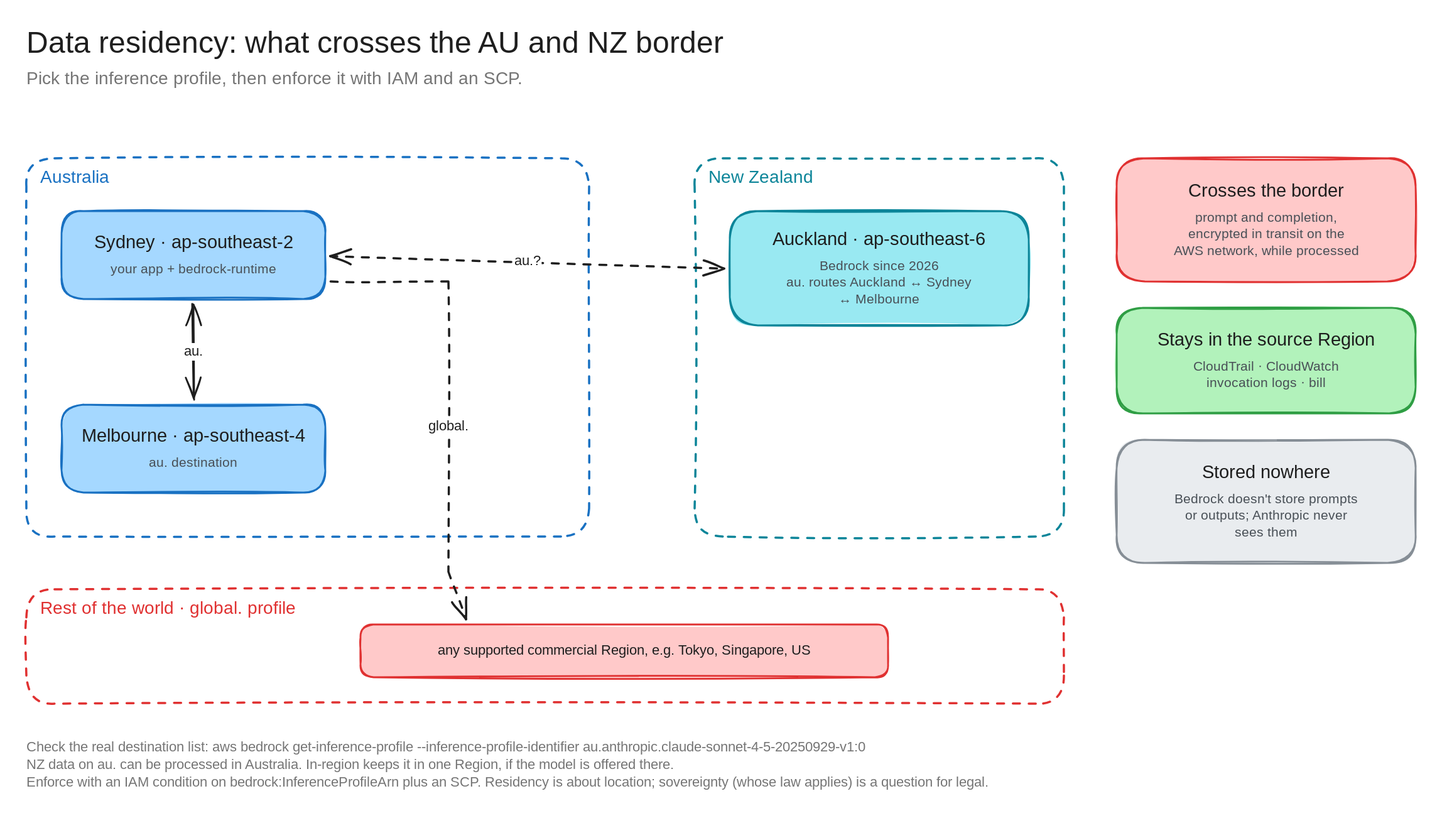
Before: architecture-diagrams/claude-anz-infra-excalidraw/diagrams/c7-residency.excalidraw.svg, a diagram exported from Excalidraw (bsnehanshu/slides). Source tidied: one line per element, renumbered; positions are measured from the earlier drawing's top-left corner, leaving out a move shared by most shapes. The source it was exported from:
```json
{"id": 0, "type": "text", "text": "Data residency: what crosses the AU and NZ border", "strokeColor": "#1e1e1e", "strokeWidth": 2, "roughness": 1, "fontSize": 34, "fontFamily": 5, "x": 0, "y": 0, "width": 879, "height": 42}
{"id": 1, "type": "text", "text": "Pick the inference profile, then enforce it with IAM and an SCP.", "strokeColor": "#757575", "strokeWidth": 2, "roughness": 1, "fontSize": 20, "fontFamily": 5, "x": 0, "y": 48, "width": 627, "height": 25}
{"id": 2, "type": "rectangle", "strokeColor": "#1971c2", "strokeWidth": 2, "strokeStyle": "dashed", "roughness": 1, "round": true, "x": 0, "y": 150, "width": 640, "height": 430}
{"id": 3, "type": "text", "text": "Australia", "strokeColor": "#1971c2", "strokeWidth": 2, "roughness": 1, "fontSize": 20, "fontFamily": 5, "x": 16, "y": 160, "width": 89, "height": 25}
{"id": 4, "type": "rectangle", "strokeColor": "#1971c2", "backgroundColor": "#a5d8ff", "fillStyle": "solid", "strokeWidth": 2, "roughness": 1, "round": true, "x": 40, "y": 210, "width": 300, "height": 100}
{"id": 5, "type": "text", "text": "Sydney · ap-southeast-2", "strokeColor": "#1e1e1e", "strokeWidth": 2, "roughness": 1, "fontSize": 21, "fontFamily": 5, "textAlign": "center", "x": 62, "y": 234, "width": 255, "height": 26}
{"id": 6, "type": "text", "text": "your app + bedrock-runtime", "strokeColor": "#495057", "strokeWidth": 2, "roughness": 1, "fontSize": 15, "fontFamily": 5, "textAlign": "center", "x": 90, "y": 268, "width": 199, "height": 19}
{"id": 7, "type": "rectangle", "strokeColor": "#1971c2", "backgroundColor": "#a5d8ff", "fillStyle": "solid", "strokeWidth": 2, "roughness": 1, "round": true, "x": 40, "y": 430, "width": 300, "height": 100}
{"id": 8, "type": "text", "text": "Melbourne · ap-southeast-4", "strokeColor": "#1e1e1e", "strokeWidth": 2, "roughness": 1, "fontSize": 21, "fontFamily": 5, "textAlign": "center", "x": 50, "y": 454, "width": 281, "height": 26}
{"id": 9, "type": "text", "text": "au. destination", "strokeColor": "#495057", "strokeWidth": 2, "roughness": 1, "fontSize": 15, "fontFamily": 5, "textAlign": "center", "x": 134, "y": 488, "width": 112, "height": 19}
{"id": 10, "type": "rectangle", "strokeColor": "#0c8599", "strokeWidth": 2, "strokeStyle": "dashed", "roughness": 1, "round": true, "x": 760, "y": 150, "width": 420, "height": 430}
{"id": 11, "type": "text", "text": "New Zealand", "strokeColor": "#0c8599", "strokeWidth": 2, "roughness": 1, "fontSize": 20, "fontFamily": 5, "x": 776, "y": 160, "width": 125, "height": 25}
{"id": 12, "type": "rectangle", "strokeColor": "#0c8599", "backgroundColor": "#99e9f2", "fillStyle": "solid", "strokeWidth": 2, "roughness": 1, "round": true, "x": 800, "y": 210, "width": 340, "height": 130}
{"id": 13, "type": "text", "text": "Auckland · ap-southeast-6", "strokeColor": "#1e1e1e", "strokeWidth": 2, "roughness": 1, "fontSize": 21, "fontFamily": 5, "textAlign": "center", "x": 834, "y": 230, "width": 271, "height": 26}
{"id": 14, "type": "text", "text": "Bedrock since 2026\nau. routes Auckland ↔ Sydney\n↔ Melbourne", "strokeColor": "#495057", "strokeWidth": 2, "roughness": 1, "fontSize": 15, "fontFamily": 5, "textAlign": "center", "x": 858, "y": 264, "width": 224, "height": 56}
{"id": 15, "type": "rectangle", "strokeColor": "#e03131", "strokeWidth": 2, "strokeStyle": "dashed", "roughness": 1, "round": true, "x": 0, "y": 640, "width": 1180, "height": 130}
{"id": 16, "type": "text", "text": "Rest of the world · global. profile", "strokeColor": "#e03131", "strokeWidth": 2, "roughness": 1, "fontSize": 20, "fontFamily": 5, "x": 16, "y": 650, "width": 329, "height": 25}
{"id": 17, "type": "rectangle", "strokeColor": "#e03131", "backgroundColor": "#ffc9c9", "fillStyle": "solid", "strokeWidth": 2, "roughness": 1, "round": true, "x": 380, "y": 680, "width": 600, "height": 60}
{"id": 18, "type": "text", "text": "any supported commercial Region, e.g. Tokyo, Singapore, US", "strokeColor": "#1e1e1e", "strokeWidth": 2, "roughness": 1, "fontSize": 16, "fontFamily": 5, "textAlign": "center", "verticalAlign": "middle", "inside": 17, "x": 448, "y": 700, "width": 464, "height": 20}
{"id": 19, "type": "arrow", "strokeColor": "#1e1e1e", "strokeWidth": 2, "roughness": 1, "startArrowhead": "arrow", "endArrowhead": "arrow", "round": true, "from": 4, "to": 7, "x": 190, "y": 316, "width": 0, "height": 108, "points": [[0, 0], [0, 108]]}
{"id": 20, "type": "text", "text": "au.", "strokeColor": "#1e1e1e", "strokeWidth": 2, "roughness": 1, "fontSize": 16, "fontFamily": 5, "textAlign": "center", "verticalAlign": "middle", "inside": 19, "x": 178, "y": 360, "width": 25, "height": 20}
{"id": 21, "type": "arrow", "strokeColor": "#1e1e1e", "strokeWidth": 2, "strokeStyle": "dashed", "roughness": 1, "startArrowhead": "arrow", "endArrowhead": "arrow", "round": true, "from": 4, "to": 12, "x": 346, "y": 260, "width": 448, "height": 15, "points": [[0, 0], [448, 15]]}
{"id": 22, "type": "text", "text": "au.?", "strokeColor": "#1e1e1e", "strokeWidth": 2, "roughness": 1, "fontSize": 16, "fontFamily": 5, "textAlign": "center", "verticalAlign": "middle", "inside": 21, "x": 554, "y": 258, "width": 32, "height": 20}
{"id": 23, "type": "arrow", "strokeColor": "#1e1e1e", "strokeWidth": 2, "strokeStyle": "dashed", "roughness": 1, "endArrowhead": "arrow", "from": 4, "to": 17, "x": 346, "y": 290, "width": 154, "height": 384, "points": [[0, 0], [134, 0], [134, 330], [154, 384]]}
{"id": 24, "type": "text", "text": "global.", "strokeColor": "#1e1e1e", "strokeWidth": 2, "roughness": 1, "fontSize": 16, "fontFamily": 5, "textAlign": "center", "verticalAlign": "middle", "inside": 23, "x": 454, "y": 381, "width": 51, "height": 20}
{"id": 25, "type": "rectangle", "strokeColor": "#e03131", "backgroundColor": "#ffc9c9", "fillStyle": "solid", "strokeWidth": 2, "roughness": 1, "round": true, "x": 1240, "y": 150, "width": 340, "height": 140}
{"id": 26, "type": "text", "text": "Crosses the border", "strokeColor": "#1e1e1e", "strokeWidth": 2, "roughness": 1, "fontSize": 21, "fontFamily": 5, "textAlign": "center", "x": 1310, "y": 175, "width": 200, "height": 26}
{"id": 27, "type": "text", "text": "prompt and completion,\nencrypted in transit on the\nAWS network, while processed", "strokeColor": "#495057", "strokeWidth": 2, "roughness": 1, "fontSize": 15, "fontFamily": 5, "textAlign": "center", "x": 1300, "y": 209, "width": 220, "height": 56}
{"id": 28, "type": "rectangle", "strokeColor": "#2f9e44", "backgroundColor": "#b2f2bb", "fillStyle": "solid", "strokeWidth": 2, "roughness": 1, "round": true, "x": 1240, "y": 320, "width": 340, "height": 120}
{"id": 29, "type": "text", "text": "Stays in the source Region", "strokeColor": "#1e1e1e", "strokeWidth": 2, "roughness": 1, "fontSize": 21, "fontFamily": 5, "textAlign": "center", "x": 1270, "y": 344, "width": 280, "height": 26}
{"id": 30, "type": "text", "text": "CloudTrail · CloudWatch\ninvocation logs · bill", "strokeColor": "#495057", "strokeWidth": 2, "roughness": 1, "fontSize": 15, "fontFamily": 5, "textAlign": "center", "x": 1324, "y": 378, "width": 173, "height": 38}
{"id": 31, "type": "rectangle", "strokeColor": "#868e96", "backgroundColor": "#e9ecef", "fillStyle": "solid", "strokeWidth": 2, "roughness": 1, "round": true, "x": 1240, "y": 470, "width": 340, "height": 140}
{"id": 32, "type": "text", "text": "Stored nowhere", "strokeColor": "#1e1e1e", "strokeWidth": 2, "roughness": 1, "fontSize": 21, "fontFamily": 5, "textAlign": "center", "x": 1330, "y": 495, "width": 161, "height": 26}
{"id": 33, "type": "text", "text": "Bedrock doesn't store prompts\nor outputs; Anthropic never\nsees them", "strokeColor": "#495057", "strokeWidth": 2, "roughness": 1, "fontSize": 15, "fontFamily": 5, "textAlign": "center", "x": 1294, "y": 529, "width": 231, "height": 56}
{"id": 34, "type": "text", "text": "Check the real destination list: aws bedrock get-inference-profile --inference-profile-identifier au.anthropic.claude-sonnet-4-5-20250929-v1:0\nNZ data on au. can be processed in Australia. In-region keeps it in one Region, if the model is offered there.\nEnforce with an IAM condition on bedrock:InferenceProfileArn plus an SCP. Residency is about location; sovereignty (whose law applies) is a question for legal.", "strokeColor": "#757575", "strokeWidth": 2, "roughness": 1, "fontSize": 16, "fontFamily": 5, "x": 0, "y": 810, "width": 1245, "height": 60}
```
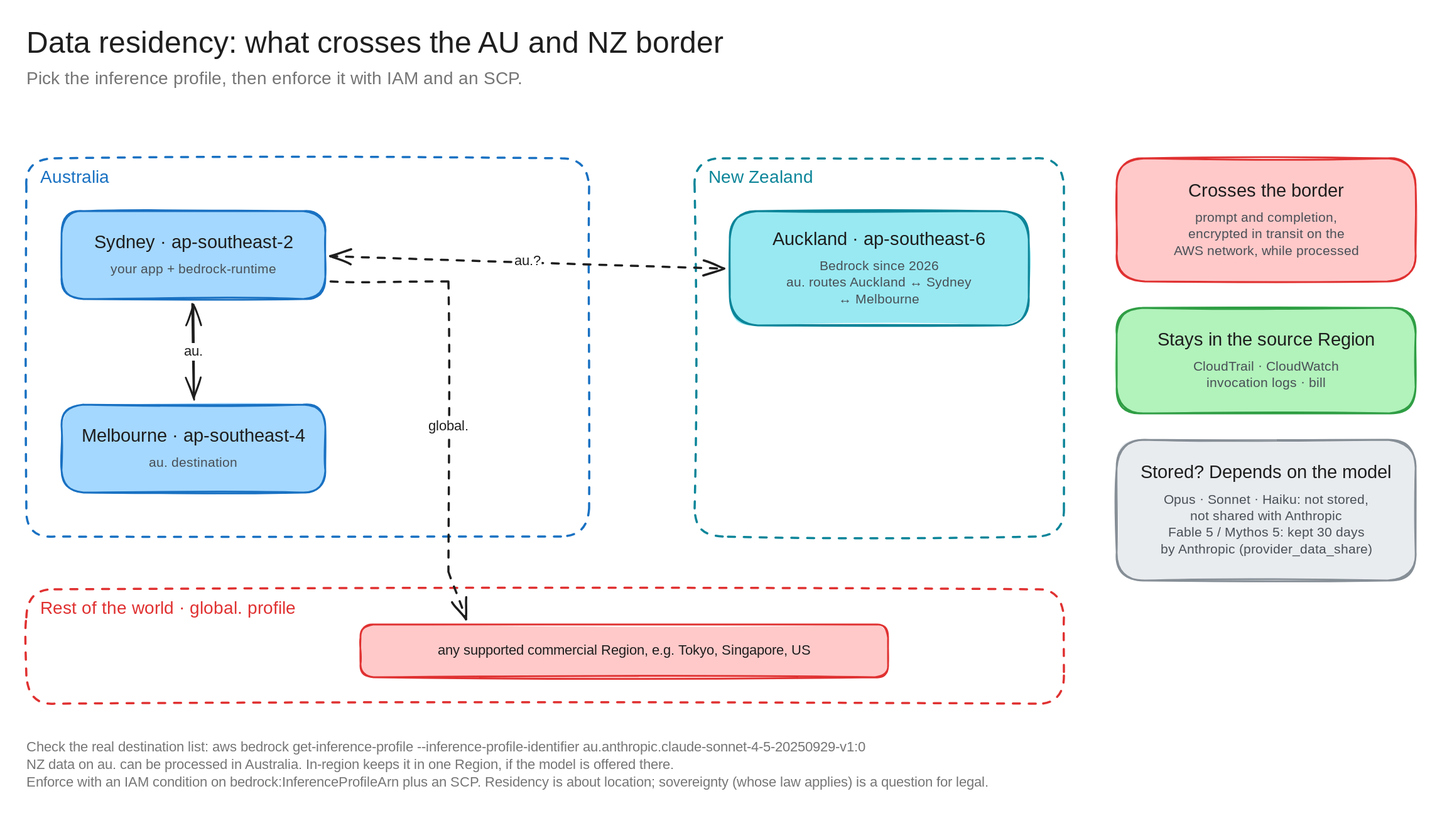
The same diagram one commit later.

Diff of the diagram source:
```diff
@@ -29,7 +29,7 @@
 {"id": 28, "type": "rectangle", "strokeColor": "#2f9e44", "backgroundColor": "#b2f2bb", "fillStyle": "solid", "strokeWidth": 2, "roughness": 1, "round": true, "x": 1240, "y": 320, "width": 340, "height": 120}
 {"id": 29, "type": "text", "text": "Stays in the source Region", "strokeColor": "#1e1e1e", "strokeWidth": 2, "roughness": 1, "fontSize": 21, "fontFamily": 5, "textAlign": "center", "x": 1270, "y": 344, "width": 280, "height": 26}
 {"id": 30, "type": "text", "text": "CloudTrail · CloudWatch\ninvocation logs · bill", "strokeColor": "#495057", "strokeWidth": 2, "roughness": 1, "fontSize": 15, "fontFamily": 5, "textAlign": "center", "x": 1324, "y": 378, "width": 173, "height": 38}
-{"id": 31, "type": "rectangle", "strokeColor": "#868e96", "backgroundColor": "#e9ecef", "fillStyle": "solid", "strokeWidth": 2, "roughness": 1, "round": true, "x": 1240, "y": 470, "width": 340, "height": 140}
+{"id": 31, "type": "rectangle", "strokeColor": "#868e96", "backgroundColor": "#e9ecef", "fillStyle": "solid", "strokeWidth": 2, "roughness": 1, "round": true, "x": 1240, "y": 470, "width": 340, "height": 160}
-{"id": 32, "type": "text", "text": "Stored nowhere", "strokeColor": "#1e1e1e", "strokeWidth": 2, "roughness": 1, "fontSize": 21, "fontFamily": 5, "textAlign": "center", "x": 1330, "y": 495, "width": 161, "height": 26}
+{"id": 32, "type": "text", "text": "Stored? Depends on the model", "strokeColor": "#1e1e1e", "strokeWidth": 2, "roughness": 1, "fontSize": 21, "fontFamily": 5, "textAlign": "center", "x": 1253, "y": 495, "width": 314, "height": 26}
-{"id": 33, "type": "text", "text": "Bedrock doesn't store prompts\nor outputs; Anthropic never\nsees them", "strokeColor": "#495057", "strokeWidth": 2, "roughness": 1, "fontSize": 15, "fontFamily": 5, "textAlign": "center", "x": 1294, "y": 529, "width": 231, "height": 56}
+{"id": 33, "type": "text", "text": "Opus · Sonnet · Haiku: not stored,\nnot shared with Anthropic\nFable 5 / Mythos 5: kept 30 days\nby Anthropic (provider_data_share)", "strokeColor": "#495057", "strokeWidth": 2, "roughness": 1, "fontSize": 15, "fontFamily": 5, "textAlign": "center", "x": 1278, "y": 530, "width": 265, "height": 75}
 {"id": 34, "type": "text", "text": "Check the real destination list: aws bedrock get-inference-profile --inference-profile-identifier au.anthropic.claude-sonnet-4-5-20250929-v1:0\nNZ data on au. can be processed in Australia. In-region keeps it in one Region, if the model is offered there.\nEnforce with an IAM condition on bedrock:InferenceProfileArn plus an SCP. Residency is about location; sovereignty (whose law applies) is a question for legal.", "strokeColor": "#757575", "strokeWidth": 2, "roughness": 1, "fontSize": 16, "fontFamily": 5, "x": 0, "y": 810, "width": 1245, "height": 60}
```
